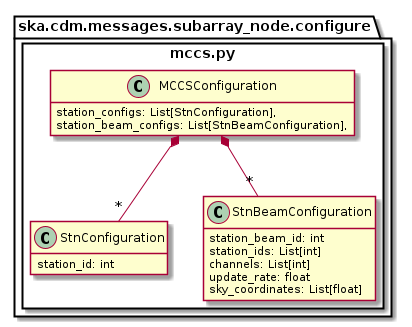
Earlier version of the PlantUML export docs/src/developer/subarraynode/mccs.png (ska-telescope/cdm-shared-library).
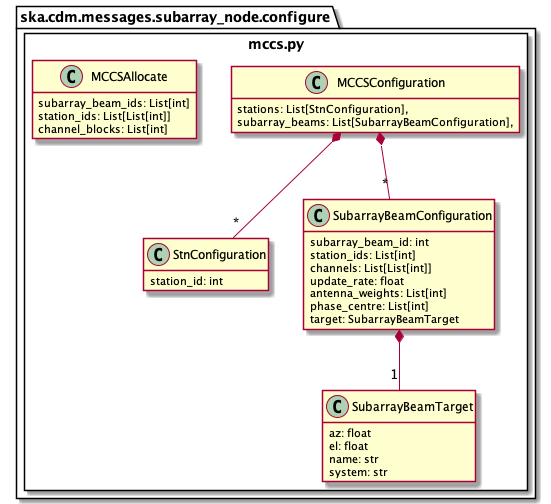
After the commit.

Commit message:
AT2-729 update SubarrayNode.configure diagram overwritten during rebase

Change to the diagram source:
```diff
@@ -8,20 +8,36 @@
             station_id: int
         }
 
-        class StnBeamConfiguration {
-            station_beam_id: int
+        class SubarrayBeamConfiguration {
+            subarray_beam_id: int
             station_ids: List[int]
-            channels: List[int]
+            channels: List[List[int]]
             update_rate: float
-            sky_coordinates: List[float]
+            antenna_weights: List[int]
+            phase_centre: List[int]
+            target: SubarrayBeamTarget
         }
 
+        class SubarrayBeamTarget {
+             az: float
+             el: float
+             name: str
+             system: str
+          }
+        SubarrayBeamConfiguration *-- "1" SubarrayBeamTarget
+
         class MCCSConfiguration {
-            station_configs: List[StnConfiguration],
-            station_beam_configs: List[StnBeamConfiguration],
+            stations: List[StnConfiguration],
+            subarray_beams: List[SubarrayBeamConfiguration],
         }
         MCCSConfiguration *-- "*" StnConfiguration
-        MCCSConfiguration *-- "*" StnBeamConfiguration
+        MCCSConfiguration *-- "*" SubarrayBeamConfiguration
+
+        class MCCSAllocate {
+            subarray_beam_ids: List[int]
+            station_ids: List[List[int]]
+            channel_blocks: List[int]
+        }
 
     }
 }
```
